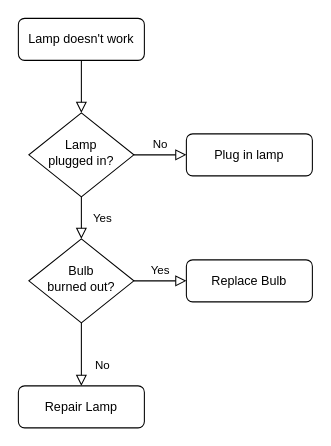
Earlier version of the draw.io diagram Untitled Diagram.drawio (Nikitha2006Kumar/Journals). Source tidied: cells renumbered, new cells numbered last; positions are measured from the earlier drawing's top-left corner, leaving out a move shared by most shapes. Both pictures are drawn from the tidied source at 105%, with x=0, y=0 at pixel (18, 18).
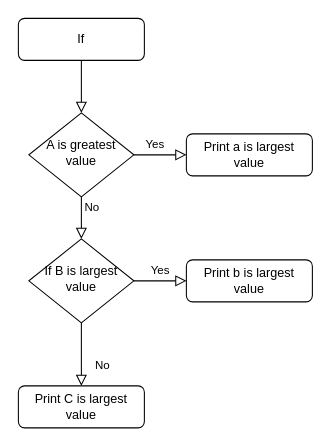
The same diagram, later.

Change to the diagram source:
```diff
@@
 <mxGraphModel>
   <root>
     <mxCell id="0" />
     <mxCell id="1" parent="0" />
     <mxCell id="2" style="rounded=0;html=1;jettySize=auto;fontSize=11;endArrow=block;endFill=0;endSize=8;strokeWidth=1;shadow=0;labelBackgroundColor=none;edgeStyle=orthogonalEdgeStyle;" parent="1" edge="1" source="3" target="6">
       <mxGeometry relative="1" as="geometry" />
     </mxCell>
-    <mxCell id="3" value="Lamp doesn't work" style="rounded=1;whiteSpace=wrap;html=1;fontSize=12;glass=0;strokeWidth=1;shadow=0;" parent="1" vertex="1">
+    <mxCell id="3" value="If" style="rounded=1;whiteSpace=wrap;html=1;fontSize=12;glass=0;strokeWidth=1;shadow=0;" parent="1" vertex="1">
       <mxGeometry width="120" height="40" as="geometry" />
     </mxCell>
     <mxCell id="4" value="Yes" style="rounded=0;html=1;jettySize=auto;fontSize=11;endArrow=block;endFill=0;endSize=8;strokeWidth=1;shadow=0;labelBackgroundColor=none;edgeStyle=orthogonalEdgeStyle;" parent="1" edge="1" source="6" target="10">
-      <mxGeometry y="20" relative="1" as="geometry" />
+      <mxGeometry x="-1" y="86" relative="1" as="geometry">
+        <mxPoint x="-16" y="-50" as="offset" />
+      </mxGeometry>
     </mxCell>
     <mxCell id="5" value="No" style="edgeStyle=orthogonalEdgeStyle;rounded=0;html=1;jettySize=auto;fontSize=11;endArrow=block;endFill=0;endSize=8;strokeWidth=1;shadow=0;labelBackgroundColor=none;" parent="1" edge="1" source="6" target="7">
-      <mxGeometry y="10" relative="1" as="geometry" />
+      <mxGeometry x="-1" y="-64" relative="1" as="geometry">
+        <mxPoint x="-40" y="-14" as="offset" />
+      </mxGeometry>
     </mxCell>
-    <mxCell id="6" value="Lamp&lt;br&gt;plugged in?" style="rhombus;whiteSpace=wrap;html=1;shadow=0;fontFamily=Helvetica;fontSize=12;align=center;strokeWidth=1;spacing=6;spacingTop=-4;" parent="1" vertex="1">
+    <mxCell id="6" value="A is greatest value" style="rhombus;whiteSpace=wrap;html=1;shadow=0;fontFamily=Helvetica;fontSize=12;align=center;strokeWidth=1;spacing=6;spacingTop=-4;" parent="1" vertex="1">
       <mxGeometry x="10" y="90" width="100" height="80" as="geometry" />
     </mxCell>
-    <mxCell id="7" value="Plug in lamp" style="rounded=1;whiteSpace=wrap;html=1;fontSize=12;glass=0;strokeWidth=1;shadow=0;" parent="1" vertex="1">
+    <mxCell id="7" value="Print a is largest value" style="rounded=1;whiteSpace=wrap;html=1;fontSize=12;glass=0;strokeWidth=1;shadow=0;" parent="1" vertex="1">
       <mxGeometry x="160" y="110" width="120" height="40" as="geometry" />
     </mxCell>
     <mxCell id="8" value="No" style="rounded=0;html=1;jettySize=auto;fontSize=11;endArrow=block;endFill=0;endSize=8;strokeWidth=1;shadow=0;labelBackgroundColor=none;edgeStyle=orthogonalEdgeStyle;" parent="1" edge="1" source="10" target="11">
       <mxGeometry x="0.33" y="20" relative="1" as="geometry" />
     </mxCell>
     <mxCell id="9" value="Yes" style="edgeStyle=orthogonalEdgeStyle;rounded=0;html=1;jettySize=auto;fontSize=11;endArrow=block;endFill=0;endSize=8;strokeWidth=1;shadow=0;labelBackgroundColor=none;" parent="1" edge="1" source="10" target="12">
       <mxGeometry y="10" relative="1" as="geometry" />
     </mxCell>
-    <mxCell id="10" value="Bulb&lt;br&gt;burned out?" style="rhombus;whiteSpace=wrap;html=1;shadow=0;fontFamily=Helvetica;fontSize=12;align=center;strokeWidth=1;spacing=6;spacingTop=-4;" parent="1" vertex="1">
+    <mxCell id="10" value="If B is largest value" style="rhombus;whiteSpace=wrap;html=1;shadow=0;fontFamily=Helvetica;fontSize=12;align=center;strokeWidth=1;spacing=6;spacingTop=-4;" parent="1" vertex="1">
       <mxGeometry x="10" y="210" width="100" height="80" as="geometry" />
     </mxCell>
-    <mxCell id="11" value="Repair Lamp" style="rounded=1;whiteSpace=wrap;html=1;fontSize=12;glass=0;strokeWidth=1;shadow=0;" parent="1" vertex="1">
+    <mxCell id="11" value="Print C is largest value" style="rounded=1;whiteSpace=wrap;html=1;fontSize=12;glass=0;strokeWidth=1;shadow=0;" parent="1" vertex="1">
       <mxGeometry y="350" width="120" height="40" as="geometry" />
     </mxCell>
-    <mxCell id="12" value="Replace Bulb" style="rounded=1;whiteSpace=wrap;html=1;fontSize=12;glass=0;strokeWidth=1;shadow=0;" parent="1" vertex="1">
+    <mxCell id="12" value="Print b is largest value" style="rounded=1;whiteSpace=wrap;html=1;fontSize=12;glass=0;strokeWidth=1;shadow=0;" parent="1" vertex="1">
       <mxGeometry x="160" y="230" width="120" height="40" as="geometry" />
     </mxCell>
   </root>
 </mxGraphModel>
```
